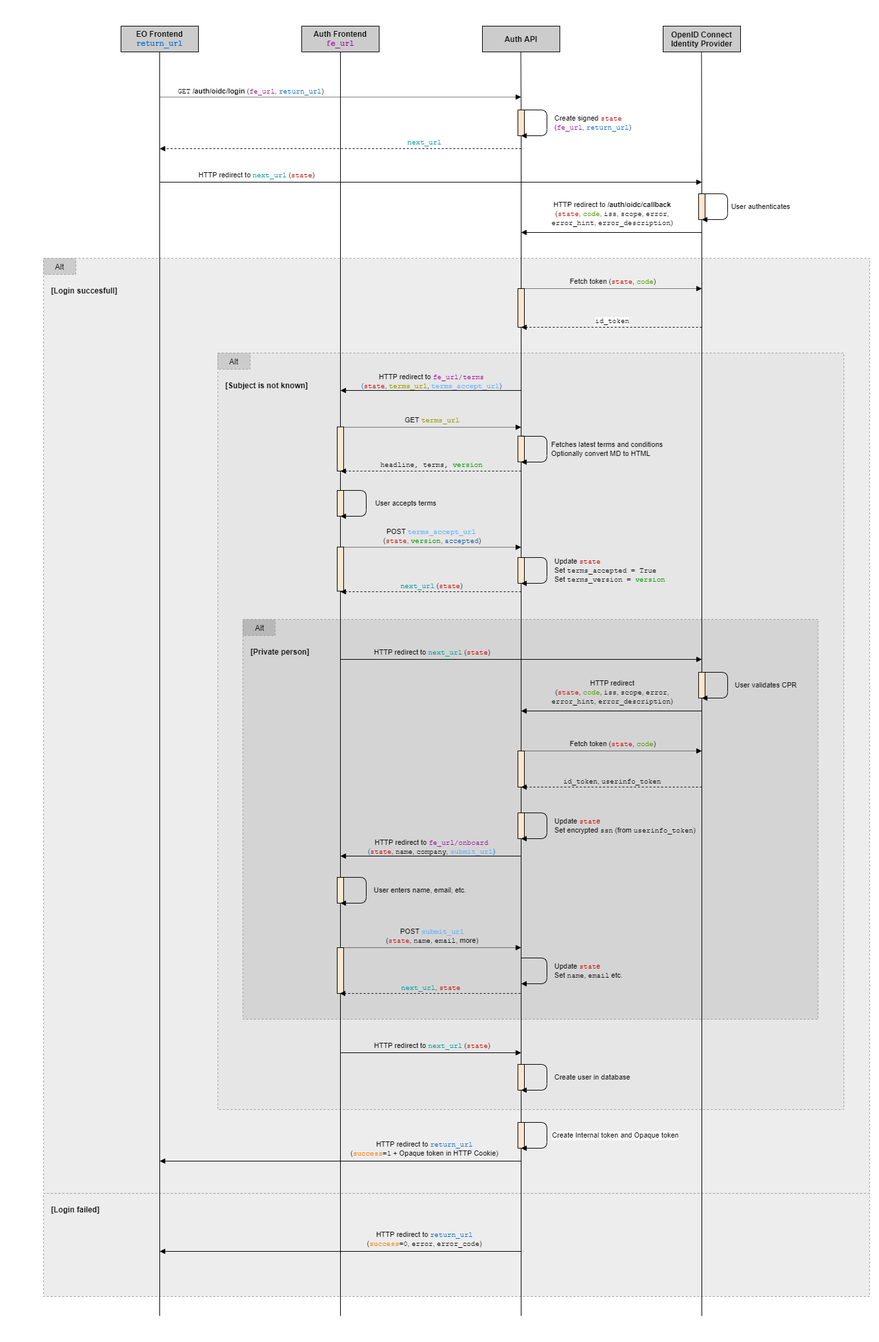
This is doc/diagrams/login-flow.drawio.png from MartinSchmidt/eo-auth, a draw.io export, as it was before one commit. Source tidied: cells renumbered, new cells last; positions are measured from the earlier drawing's top-left corner, leaving out a move shared by most shapes.
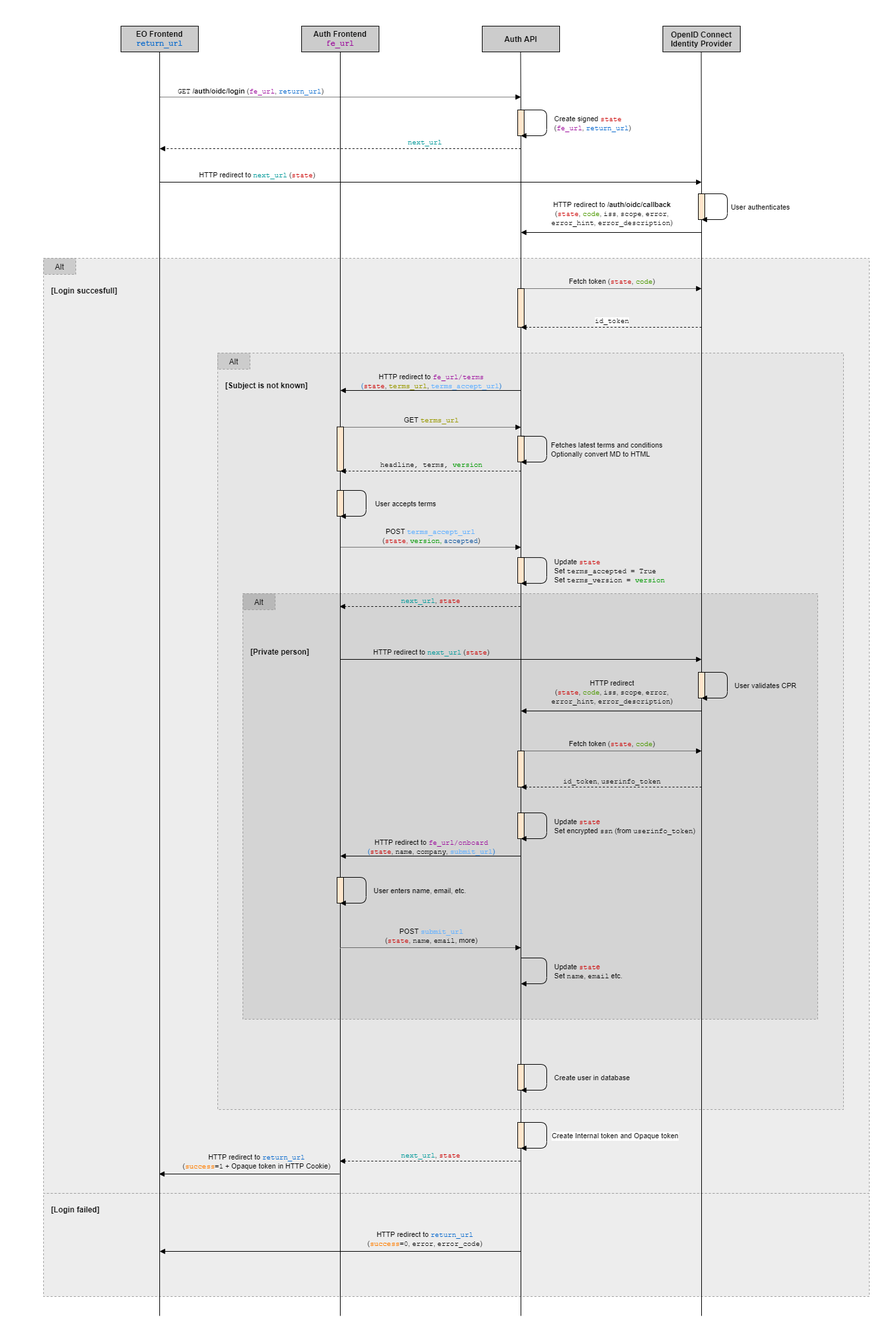
The same diagram one commit later.

What changed in the source:
```diff
@@ -71,13 +71,13 @@
     </mxCell>
     <mxCell id="18" style="edgeStyle=orthogonalEdgeStyle;rounded=0;orthogonalLoop=1;jettySize=auto;html=1;fontFamily=Courier New;endArrow=block;endFill=1;strokeColor=default;" parent="1" edge="1">
       <mxGeometry relative="1" as="geometry">
-        <mxPoint x="807" y="1800" as="sourcePoint" />
-        <mxPoint x="247" y="1800" as="targetPoint" />
+        <mxPoint x="526" y="1820" as="sourcePoint" />
+        <mxPoint x="246" y="1820" as="targetPoint" />
       </mxGeometry>
     </mxCell>
     <mxCell id="19" value="&lt;div&gt;&lt;font face=&quot;Helvetica&quot;&gt;HTTP redirect to &lt;/font&gt;&lt;font face=&quot;Courier New&quot; color=&quot;#0066CC&quot;&gt;return_url&lt;/font&gt;&lt;/div&gt;&lt;div&gt;&lt;font face=&quot;Helvetica&quot;&gt;(&lt;font face=&quot;Courier New&quot;&gt;&lt;font color=&quot;#FF8000&quot;&gt;success&lt;/font&gt;=1&lt;font face=&quot;Helvetica&quot;&gt; + Opaque token in HTTP Cookie&lt;/font&gt;&lt;/font&gt;)&lt;/font&gt;&lt;/div&gt;" style="edgeLabel;html=1;align=center;verticalAlign=middle;fontFamily=Courier New;labelBackgroundColor=none;" parent="18" vertex="1">
       <mxGeometry x="-0.09" y="1" relative="1" as="geometry">
-        <mxPoint x="104" y="-21" as="offset" />
+        <mxPoint x="-3" y="-21" as="offset" />
       </mxGeometry>
     </mxCell>
     <mxCell id="20" style="edgeStyle=orthogonalEdgeStyle;rounded=0;orthogonalLoop=1;jettySize=auto;html=1;fontFamily=Courier New;endArrow=block;endFill=1;strokeColor=default;dashed=1;dashPattern=1 1;" parent="1" edge="1">
@@ -228,7 +228,7 @@
       </mxGeometry>
     </mxCell>
     <mxCell id="50" style="rounded=0;whiteSpace=wrap;html=1;fontFamily=Helvetica;fillColor=#D4D4D4;dashed=1;strokeColor=#999999;" parent="1" vertex="1">
-      <mxGeometry x="376" y="960" width="891" height="620" as="geometry" />
+      <mxGeometry x="376" y="920" width="891" height="660" as="geometry" />
     </mxCell>
     <mxCell id="51" style="edgeStyle=orthogonalEdgeStyle;rounded=0;orthogonalLoop=1;jettySize=auto;html=1;fontFamily=Courier New;endArrow=block;endFill=1;strokeColor=default;" parent="1" edge="1">
       <mxGeometry relative="1" as="geometry">
@@ -292,8 +292,9 @@
         <mxPoint x="55" y="-11" as="offset" />
       </mxGeometry>
     </mxCell>
-    <mxCell id="62" style="rounded=0;jettySize=auto;html=1;exitX=0.5;exitY=1;exitDx=0;exitDy=0;strokeColor=default;endArrow=none;endFill=0;startArrow=none;" parent="1" edge="1" source="92">
+    <mxCell id="62" style="rounded=0;orthogonalLoop=1;jettySize=auto;html=1;strokeColor=default;endArrow=none;endFill=0;startArrow=none;" parent="1" edge="1">
       <mxGeometry relative="1" as="geometry">
+        <mxPoint x="527" y="1470" as="sourcePoint" />
         <mxPoint x="527" y="2040" as="targetPoint" />
       </mxGeometry>
     </mxCell>
@@ -327,10 +328,10 @@
       </mxGeometry>
     </mxCell>
     <mxCell id="69" style="rounded=0;whiteSpace=wrap;html=1;fontFamily=Helvetica;fillColor=#B8B8B8;dashed=1;strokeColor=#999999;" parent="1" vertex="1">
-      <mxGeometry x="376" y="960" width="50" height="25" as="geometry" />
+      <mxGeometry x="376" y="920" width="50" height="25" as="geometry" />
     </mxCell>
     <mxCell id="70" value="Alt" style="text;html=1;strokeColor=none;fillColor=none;align=center;verticalAlign=middle;whiteSpace=wrap;rounded=0;fontFamily=Helvetica;dashed=1;" parent="1" vertex="1">
-      <mxGeometry x="377" y="960" width="50" height="25" as="geometry" />
+      <mxGeometry x="376" y="920" width="50" height="25" as="geometry" />
     </mxCell>
     <mxCell id="71" value="&lt;div align=&quot;left&quot;&gt;&lt;b&gt;[Private person]&lt;/b&gt;&lt;/div&gt;" style="text;html=1;strokeColor=none;fillColor=none;align=left;verticalAlign=middle;whiteSpace=wrap;rounded=0;fontFamily=Helvetica;" parent="1" vertex="1">
       <mxGeometry x="386" y="995" width="140" height="30" as="geometry" />
@@ -396,17 +397,6 @@
         <mxPoint x="102" y="-11" as="offset" />
       </mxGeometry>
     </mxCell>
-    <mxCell id="84" style="edgeStyle=orthogonalEdgeStyle;rounded=0;orthogonalLoop=1;jettySize=auto;html=1;fontFamily=Courier New;endArrow=block;endFill=1;strokeColor=default;" parent="1" edge="1">
-      <mxGeometry relative="1" as="geometry">
-        <mxPoint x="527" y="1632" as="sourcePoint" />
-        <mxPoint x="807" y="1632" as="targetPoint" />
-      </mxGeometry>
-    </mxCell>
-    <mxCell id="85" value="&lt;font face=&quot;Helvetica&quot;&gt;HTTP redirect to &lt;/font&gt;&lt;font color=&quot;#009999&quot;&gt;next_url&lt;font face=&quot;Helvetica&quot; color=&quot;#000000&quot;&gt; (&lt;/font&gt;&lt;/font&gt;&lt;font face=&quot;Helvetica&quot;&gt;&lt;font face=&quot;Courier New&quot; color=&quot;#CC0000&quot;&gt;state&lt;font face=&quot;Helvetica&quot; color=&quot;#000000&quot;&gt;)&lt;/font&gt;&lt;/font&gt;&lt;/font&gt;" style="edgeLabel;html=1;align=center;verticalAlign=middle;fontFamily=Courier New;labelBackgroundColor=none;" parent="84" vertex="1">
-      <mxGeometry x="-0.09" y="1" relative="1" as="geometry">
-        <mxPoint x="13" y="-11" as="offset" />
-      </mxGeometry>
-    </mxCell>
     <mxCell id="86" style="rounded=0;whiteSpace=wrap;html=1;labelBackgroundColor=none;fontFamily=Courier New;fontColor=#4D9900;strokeColor=#000000;fillColor=#FFE6CC;align=left;" parent="1" vertex="1">
       <mxGeometry x="522" y="661.5" width="10" height="68.5" as="geometry" />
     </mxCell>
@@ -439,16 +429,15 @@
         <mxPoint x="7" y="-11" as="offset" />
       </mxGeometry>
     </mxCell>
-    <mxCell id="92" style="rounded=0;whiteSpace=wrap;html=1;labelBackgroundColor=none;fontFamily=Courier New;fontColor=#4D9900;strokeColor=#000000;fillColor=#FFE6CC;align=left;" parent="1" vertex="1">
-      <mxGeometry x="522" y="1469" width="10" height="71" as="geometry" />
-    </mxCell>
-    <mxCell id="93" style="rounded=0;jettySize=auto;html=1;exitX=0.5;exitY=1;exitDx=0;exitDy=0;strokeColor=default;endArrow=none;endFill=0;startArrow=none;" parent="1" edge="1" source="44" target="92">
-      <mxGeometry relative="1" as="geometry" />
+    <mxCell id="93" style="rounded=0;jettySize=auto;html=1;exitX=0.5;exitY=1;exitDx=0;exitDy=0;strokeColor=default;endArrow=none;endFill=0;startArrow=none;" parent="1" edge="1" source="44">
+      <mxGeometry relative="1" as="geometry">
+        <mxPoint x="527" y="1469" as="targetPoint" />
+      </mxGeometry>
     </mxCell>
     <mxCell id="94" style="edgeStyle=orthogonalEdgeStyle;rounded=0;orthogonalLoop=1;jettySize=auto;html=1;fontFamily=Courier New;endArrow=block;endFill=1;strokeColor=default;dashed=1;" parent="1" edge="1">
       <mxGeometry relative="1" as="geometry">
-        <mxPoint x="806" y="1540" as="sourcePoint" />
-        <mxPoint x="526" y="1540" as="targetPoint" />
+        <mxPoint x="806" y="940" as="sourcePoint" />
+        <mxPoint x="526" y="940" as="targetPoint" />
       </mxGeometry>
     </mxCell>
     <mxCell id="95" value="&lt;font color=&quot;#009999&quot;&gt;next_url&lt;font face=&quot;Helvetica&quot; color=&quot;#000000&quot;&gt;, &lt;/font&gt;&lt;/font&gt;&lt;font face=&quot;Helvetica&quot;&gt;&lt;font face=&quot;Courier New&quot; color=&quot;#CC0000&quot;&gt;state&lt;/font&gt;&lt;/font&gt;" style="edgeLabel;html=1;align=center;verticalAlign=middle;fontFamily=Courier New;labelBackgroundColor=none;" parent="94" vertex="1">
@@ -459,20 +448,6 @@
     <mxCell id="96" style="rounded=0;whiteSpace=wrap;html=1;labelBackgroundColor=none;fontFamily=Courier New;fontColor=#4D9900;strokeColor=#000000;fillColor=#FFE6CC;align=left;" parent="1" vertex="1">
       <mxGeometry x="522" y="1360" width="10" height="40" as="geometry" />
     </mxCell>
-    <mxCell id="97" style="rounded=0;whiteSpace=wrap;html=1;labelBackgroundColor=none;fontFamily=Courier New;fontColor=#4D9900;strokeColor=#000000;fillColor=#FFE6CC;align=left;" parent="1" vertex="1">
-      <mxGeometry x="522" y="847.8" width="10" height="68.5" as="geometry" />
-    </mxCell>
-    <mxCell id="98" style="edgeStyle=orthogonalEdgeStyle;rounded=0;orthogonalLoop=1;jettySize=auto;html=1;fontFamily=Courier New;endArrow=block;endFill=1;strokeColor=default;dashed=1;" parent="1" edge="1">
-      <mxGeometry relative="1" as="geometry">
-        <mxPoint x="807" y="917.1" as="sourcePoint" />
-        <mxPoint x="527" y="917.1" as="targetPoint" />
-      </mxGeometry>
-    </mxCell>
-    <mxCell id="99" value="&lt;font color=&quot;#009999&quot;&gt;next_url&lt;font face=&quot;Helvetica&quot; color=&quot;#000000&quot;&gt; (&lt;/font&gt;&lt;/font&gt;&lt;font face=&quot;Helvetica&quot;&gt;&lt;font face=&quot;Courier New&quot; color=&quot;#CC0000&quot;&gt;state&lt;font face=&quot;Helvetica&quot; color=&quot;#000000&quot;&gt;)&lt;/font&gt;&lt;/font&gt;&lt;/font&gt;" style="edgeLabel;html=1;align=center;verticalAlign=middle;fontFamily=Courier New;labelBackgroundColor=none;" parent="98" vertex="1">
-      <mxGeometry x="-0.09" y="1" relative="1" as="geometry">
-        <mxPoint x="-13" y="-11" as="offset" />
-      </mxGeometry>
-    </mxCell>
     <mxCell id="100" style="edgeStyle=orthogonalEdgeStyle;rounded=1;orthogonalLoop=1;jettySize=auto;html=1;endArrow=block;endFill=1;strokeColor=default;" parent="1" edge="1">
       <mxGeometry relative="1" as="geometry">
         <mxPoint x="527" y="1360" as="sourcePoint" />
@@ -562,5 +537,16 @@
         <mxPoint x="7" y="-11" as="offset" />
       </mxGeometry>
     </mxCell>
+    <mxCell id="114" style="edgeStyle=orthogonalEdgeStyle;rounded=0;orthogonalLoop=1;jettySize=auto;html=1;fontFamily=Courier New;endArrow=block;endFill=1;strokeColor=default;dashed=1;" parent="1" edge="1">
+      <mxGeometry relative="1" as="geometry">
+        <mxPoint x="806" y="1800" as="sourcePoint" />
+        <mxPoint x="526" y="1800" as="targetPoint" />
+      </mxGeometry>
+    </mxCell>
+    <mxCell id="115" value="&lt;font color=&quot;#009999&quot;&gt;next_url&lt;font face=&quot;Helvetica&quot; color=&quot;#000000&quot;&gt;, &lt;/font&gt;&lt;/font&gt;&lt;font face=&quot;Helvetica&quot;&gt;&lt;font face=&quot;Courier New&quot; color=&quot;#CC0000&quot;&gt;state&lt;/font&gt;&lt;/font&gt;" style="edgeLabel;html=1;align=center;verticalAlign=middle;fontFamily=Courier New;labelBackgroundColor=none;" parent="114" vertex="1">
+      <mxGeometry x="-0.09" y="1" relative="1" as="geometry">
+        <mxPoint x="-13" y="-11" as="offset" />
+      </mxGeometry>
+    </mxCell>
   </root>
 </mxGraphModel>
```
